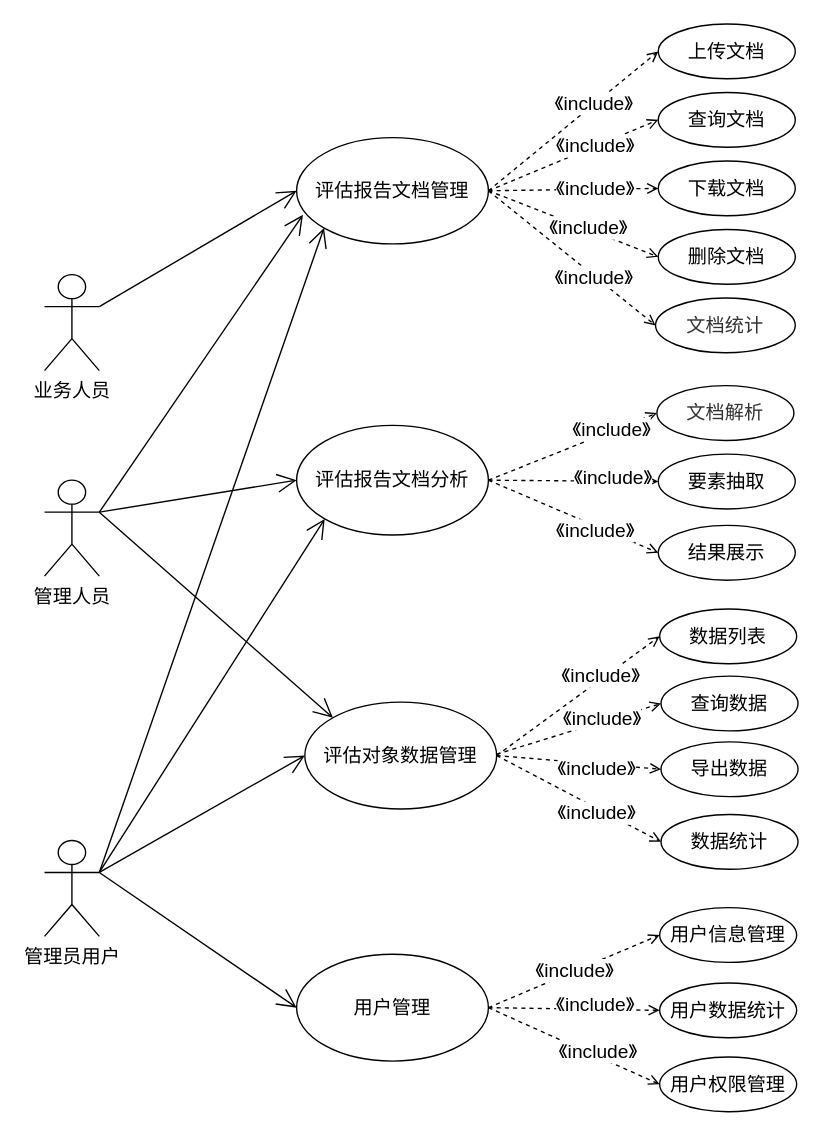
Above: user_case.drawio in lang22/DocAI_UML (draw.io), before the change. Source tidied: cells renumbered, new cells numbered last; positions are measured from the earlier drawing's top-left corner, leaving out a move shared by most shapes. Both pictures are drawn from the tidied source at 137%, with x=0, y=0 at pixel (44, 23).
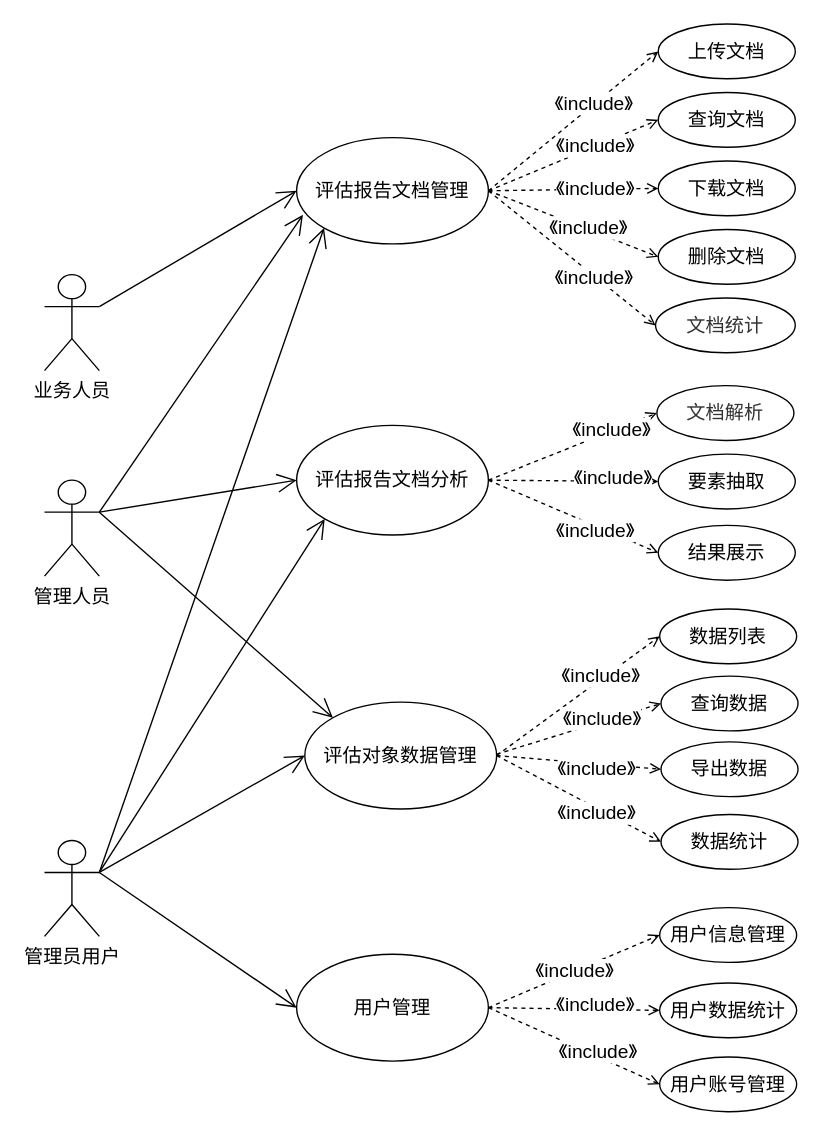
The same diagram, later.

Diff of the diagram source:
```diff
@@
-    <mxCell id="53" value="用户权限管理" style="ellipse;whiteSpace=wrap;html=1;fontFamily=Arial;fontSize=14;" parent="1" vertex="1">
+    <mxCell id="53" value="用户账号管理" style="ellipse;whiteSpace=wrap;html=1;fontFamily=Arial;fontSize=14;" parent="1" vertex="1">
       <mxGeometry x="449" y="754" width="100" height="40" as="geometry" />
     </mxCell>
```
